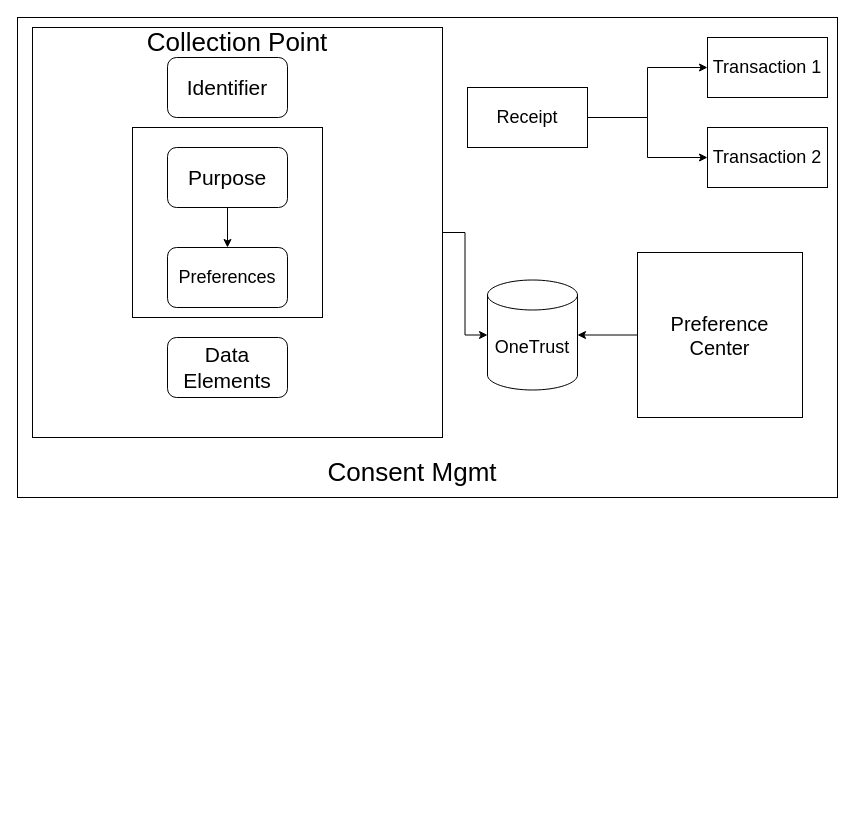
flatbox-developers/draw.io keeps this draw.io diagram as ot-training.drawio. Above is the earlier version. Source tidied: cells renumbered, new cells numbered last; positions are measured from the earlier drawing's top-left corner, leaving out a move shared by most shapes. Both pictures are drawn from the tidied source at 100%, with x=0, y=0 at pixel (17, 17).
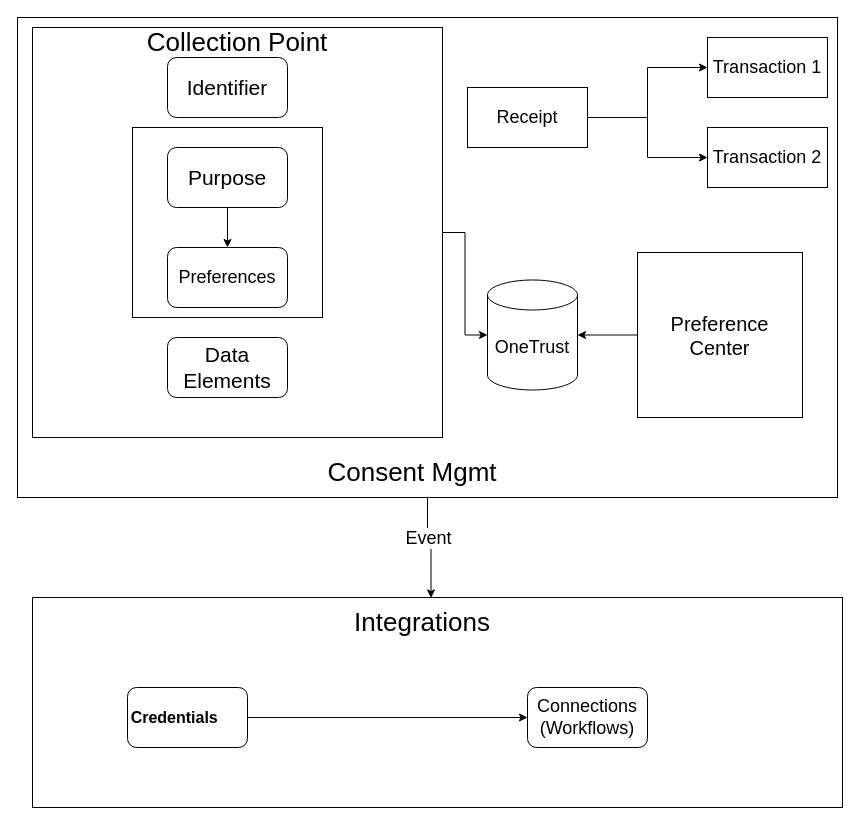
After the change.

Commit message:
integration step added

The change refers to these unchanged cells:
```xml
<mxCell id="2" style="rounded=0;whiteSpace=wrap;html=1;" parent="1" vertex="1">
  <mxGeometry width="820" height="480" as="geometry" />
</mxCell>
```

The edit, as a diff of the source:
```diff
@@
+    <mxCell id="21" style="rounded=0;whiteSpace=wrap;html=1;" parent="1" vertex="1">
+      <mxGeometry x="15" y="580" width="810" height="210" as="geometry" />
+    </mxCell>
+    <mxCell id="22" value="&lt;font style=&quot;font-size: 26px;&quot;&gt;Integrations&lt;/font&gt;" style="text;html=1;align=center;verticalAlign=middle;whiteSpace=wrap;rounded=0;" parent="1" vertex="1">
+      <mxGeometry x="270" y="580" width="270" height="50" as="geometry" />
+    </mxCell>
+    <mxCell id="23" style="edgeStyle=orthogonalEdgeStyle;rounded=0;jettySize=auto;html=1;entryX=0.492;entryY=0.002;entryDx=0;entryDy=0;entryPerimeter=0;" parent="1" edge="1" source="2" target="21">
+      <mxGeometry relative="1" as="geometry">
+        <Array as="points">
+          <mxPoint x="410" y="515" />
+          <mxPoint x="414" y="515" />
+        </Array>
+      </mxGeometry>
+    </mxCell>
+    <mxCell id="24" value="&lt;font style=&quot;font-size: 18px;&quot;&gt;Event&lt;/font&gt;" style="edgeLabel;html=1;align=center;verticalAlign=middle;" parent="23" vertex="1">
+      <mxGeometry x="-0.44" relative="1" as="geometry">
+        <mxPoint y="11" as="offset" />
+      </mxGeometry>
+    </mxCell>
+    <mxCell id="25" style="edgeStyle=orthogonalEdgeStyle;rounded=0;jettySize=auto;html=1;" parent="1" edge="1" source="26" target="27">
+      <mxGeometry relative="1" as="geometry" />
+    </mxCell>
+    <mxCell id="26" value="&lt;div style=&quot;box-sizing: border-box; -webkit-font-smoothing: antialiased; align-content: center; align-items: center; display: flex; flex-grow: 0; min-width: 1px;&quot; class=&quot;vt-page-header__container&quot;&gt;&lt;div style=&quot;box-sizing: border-box; -webkit-font-smoothing: antialiased; column-gap: 1.6rem; display: grid; flex: 1 1 0%; grid-template-columns: auto 1fr; min-width: 0px;&quot; class=&quot;vt-page-header__head&quot;&gt;&lt;h1 style=&quot;box-sizing: border-box; font-size: 16px; margin: 0px; padding: 0px; -webkit-font-smoothing: antialiased; align-self: center; color: var(--vt-dark-text); max-width: 100%; overflow: hidden; text-overflow: ellipsis; vertical-align: middle; text-wrap: nowrap; width: 87.3px;&quot; title=&quot;Credentials&quot; class=&quot;vt-page-header__title&quot;&gt;Credentials&lt;/h1&gt;&lt;/div&gt;&lt;/div&gt;" style="rounded=1;whiteSpace=wrap;html=1;" parent="1" vertex="1">
+      <mxGeometry x="110" y="670" width="120" height="60" as="geometry" />
+    </mxCell>
+    <mxCell id="27" value="&lt;font style=&quot;font-size: 18px;&quot;&gt;Connections&lt;br&gt;(Workflows)&lt;/font&gt;" style="rounded=1;whiteSpace=wrap;html=1;" parent="1" vertex="1">
+      <mxGeometry x="510" y="670" width="120" height="60" as="geometry" />
+    </mxCell>
```
